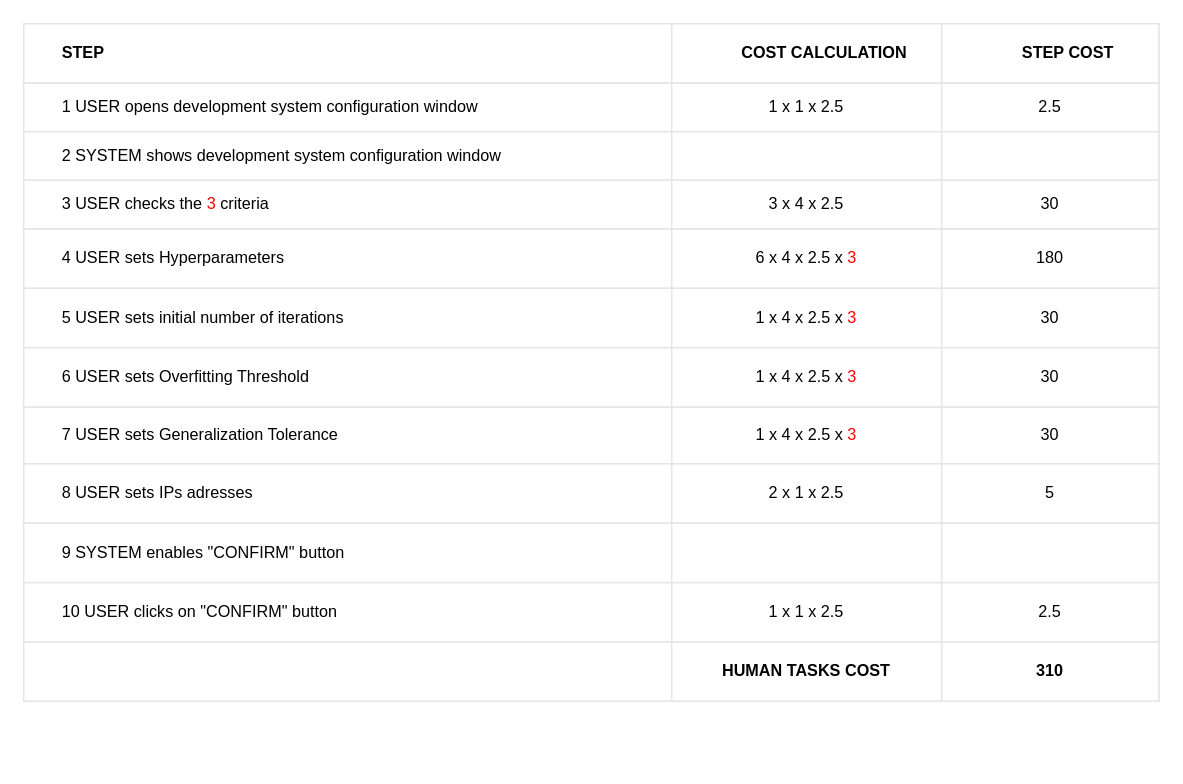
The draw.io diagram configure/development system (BELLO)/development_system_table.drawio in BaffoBello14/AutomaticDamagesRecognition, before the edit. Source tidied: cells renumbered, new cells numbered last; positions are measured from the earlier drawing's top-left corner, leaving out a move shared by most shapes. Both pictures are drawn from the tidied source at 135%, with x=0, y=0 at pixel (23, 23).
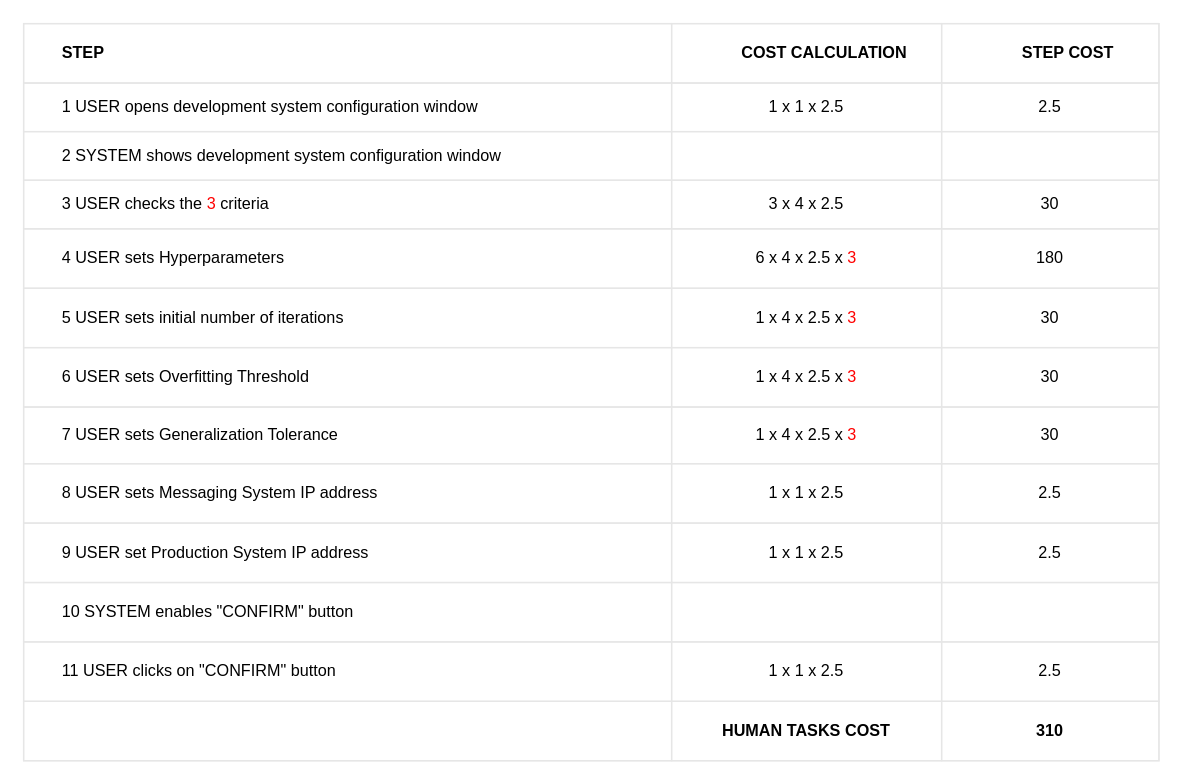
After the change.

Commit message:
Fix bug in login functionality

Unchanged cells that the change refers to:
```xml
<mxCell id="35" style="shape=tableRow;horizontal=0;startSize=0;swimlaneHead=0;swimlaneBody=0;top=0;left=0;bottom=0;right=0;fontStyle=0;fillColor=none;strokeColor=inherit;align=center;" parent="2" vertex="1">
  <mxGeometry y="326" width="841" height="44" as="geometry" />
</mxCell>
<mxCell id="39" style="shape=tableRow;horizontal=0;startSize=0;swimlaneHead=0;swimlaneBody=0;top=0;left=0;bottom=0;right=0;fontStyle=0;fillColor=none;strokeColor=inherit;align=center;" parent="2" vertex="1">
  <mxGeometry y="370" width="841" height="44" as="geometry" />
</mxCell>
<mxCell id="43" style="shape=tableRow;horizontal=0;startSize=0;swimlaneHead=0;swimlaneBody=0;top=0;left=0;bottom=0;right=0;fontStyle=0;fillColor=none;strokeColor=inherit;align=center;" parent="2" vertex="1">
  <mxGeometry y="414" width="841" height="44" as="geometry" />
</mxCell>
<mxCell id="47" style="shape=tableRow;horizontal=0;startSize=0;swimlaneHead=0;swimlaneBody=0;top=0;left=0;bottom=0;right=0;fontStyle=0;fillColor=none;strokeColor=inherit;align=center;" parent="2" vertex="1">
  <mxGeometry y="458" width="841" height="44" as="geometry" />
</mxCell>
```

The edit, as a diff of the source:
```diff
@@
     <mxCell id="2" style="childLayout=tableLayout;shadow=0;strokeColor=#E6E6E6;align=center;" parent="1" vertex="1">
-      <mxGeometry width="841" height="502" as="geometry" />
+      <mxGeometry width="841" height="546" as="geometry" />
     </mxCell>
@@
-    <mxCell id="36" value="&lt;span style=&quot;white-space: pre;&quot;&gt;&#9;&lt;/span&gt;8&amp;nbsp;USER sets IPs adresses" style="strokeColor=inherit;fillColor=none;align=left;whiteSpace=wrap;html=1;labelPosition=center;verticalLabelPosition=middle;verticalAlign=middle;" parent="35" vertex="1">
+    <mxCell id="36" value="&lt;span style=&quot;white-space: pre;&quot;&gt;&#9;&lt;/span&gt;8&amp;nbsp;USER sets Messaging System IP address" style="strokeColor=inherit;fillColor=none;align=left;whiteSpace=wrap;html=1;labelPosition=center;verticalLabelPosition=middle;verticalAlign=middle;" parent="35" vertex="1">
       <mxGeometry width="480" height="44" as="geometry" />
     </mxCell>
-    <mxCell id="37" value="2 x 1 x 2.5" style="strokeColor=inherit;fillColor=none;align=center;whiteSpace=wrap;html=1;" parent="35" vertex="1">
+    <mxCell id="37" value="1 x 1 x 2.5" style="strokeColor=inherit;fillColor=none;align=center;whiteSpace=wrap;html=1;" parent="35" vertex="1">
       <mxGeometry x="480" width="200" height="44" as="geometry" />
     </mxCell>
-    <mxCell id="38" value="5" style="strokeColor=inherit;fillColor=none;align=center;whiteSpace=wrap;html=1;" parent="35" vertex="1">
+    <mxCell id="38" value="2.5" style="strokeColor=inherit;fillColor=none;align=center;whiteSpace=wrap;html=1;" parent="35" vertex="1">
       <mxGeometry x="680" width="161" height="44" as="geometry" />
     </mxCell>
@@
-    <mxCell id="40" value="&lt;span style=&quot;white-space: pre;&quot;&gt;&#9;&lt;/span&gt;9&amp;nbsp;SYSTEM enables &quot;CONFIRM&quot; button" style="strokeColor=inherit;fillColor=none;align=left;whiteSpace=wrap;html=1;labelPosition=center;verticalLabelPosition=middle;verticalAlign=middle;" parent="39" vertex="1">
+    <mxCell id="40" value="&lt;span style=&quot;white-space: pre;&quot;&gt;&#9;&lt;/span&gt;9 USER set Production System IP address" style="strokeColor=inherit;fillColor=none;align=left;whiteSpace=wrap;html=1;labelPosition=center;verticalLabelPosition=middle;verticalAlign=middle;" parent="39" vertex="1">
       <mxGeometry width="480" height="44" as="geometry" />
     </mxCell>
-    <mxCell id="41" style="strokeColor=inherit;fillColor=none;align=center;whiteSpace=wrap;html=1;" parent="39" vertex="1">
+    <mxCell id="41" value="1 x 1 x 2.5" style="strokeColor=inherit;fillColor=none;align=center;whiteSpace=wrap;html=1;" parent="39" vertex="1">
       <mxGeometry x="480" width="200" height="44" as="geometry" />
     </mxCell>
-    <mxCell id="42" style="strokeColor=inherit;fillColor=none;align=center;whiteSpace=wrap;html=1;" parent="39" vertex="1">
+    <mxCell id="42" value="2.5" style="strokeColor=inherit;fillColor=none;align=center;whiteSpace=wrap;html=1;" parent="39" vertex="1">
       <mxGeometry x="680" width="161" height="44" as="geometry" />
     </mxCell>
@@
-    <mxCell id="44" value="&lt;span style=&quot;white-space: pre;&quot;&gt;&#9;&lt;/span&gt;10&amp;nbsp;USER clicks on &quot;CONFIRM&quot; button" style="strokeColor=inherit;fillColor=none;align=left;whiteSpace=wrap;html=1;labelPosition=center;verticalLabelPosition=middle;verticalAlign=middle;" parent="43" vertex="1">
+    <mxCell id="44" value="&lt;span style=&quot;white-space: pre;&quot;&gt;&#9;&lt;/span&gt;10 SYSTEM enables &quot;CONFIRM&quot; button" style="strokeColor=inherit;fillColor=none;align=left;whiteSpace=wrap;html=1;labelPosition=center;verticalLabelPosition=middle;verticalAlign=middle;" parent="43" vertex="1">
       <mxGeometry width="480" height="44" as="geometry" />
     </mxCell>
-    <mxCell id="45" value="1 x 1 x 2.5" style="strokeColor=inherit;fillColor=none;align=center;whiteSpace=wrap;html=1;" parent="43" vertex="1">
+    <mxCell id="45" style="strokeColor=inherit;fillColor=none;align=center;whiteSpace=wrap;html=1;" parent="43" vertex="1">
       <mxGeometry x="480" width="200" height="44" as="geometry" />
     </mxCell>
-    <mxCell id="46" value="2.5" style="strokeColor=inherit;fillColor=none;align=center;whiteSpace=wrap;html=1;" parent="43" vertex="1">
+    <mxCell id="46" style="strokeColor=inherit;fillColor=none;align=center;whiteSpace=wrap;html=1;" parent="43" vertex="1">
       <mxGeometry x="680" width="161" height="44" as="geometry" />
     </mxCell>
@@
-    <mxCell id="48" style="strokeColor=inherit;fillColor=none;align=left;whiteSpace=wrap;html=1;labelPosition=center;verticalLabelPosition=middle;verticalAlign=middle;" parent="47" vertex="1">
+    <mxCell id="48" value="&lt;span style=&quot;border-color: var(--border-color);&quot;&gt;&#9;&lt;/span&gt;&lt;span style=&quot;white-space: pre;&quot;&gt;&#9;&lt;/span&gt;11 USER clicks on &quot;CONFIRM&quot; button" style="strokeColor=inherit;fillColor=none;align=left;whiteSpace=wrap;html=1;labelPosition=center;verticalLabelPosition=middle;verticalAlign=middle;" parent="47" vertex="1">
       <mxGeometry width="480" height="44" as="geometry" />
     </mxCell>
-    <mxCell id="49" value="&lt;b&gt;HUMAN TASKS COST&lt;/b&gt;" style="strokeColor=inherit;fillColor=none;align=center;whiteSpace=wrap;html=1;" parent="47" vertex="1">
+    <mxCell id="49" value="1 x 1 x 2.5" style="strokeColor=inherit;fillColor=none;align=center;whiteSpace=wrap;html=1;" parent="47" vertex="1">
       <mxGeometry x="480" width="200" height="44" as="geometry" />
     </mxCell>
-    <mxCell id="50" value="310" style="strokeColor=inherit;fillColor=none;align=center;whiteSpace=wrap;html=1;fontStyle=1;" parent="47" vertex="1">
+    <mxCell id="50" value="&lt;span style=&quot;font-weight: 400;&quot;&gt;2.5&lt;/span&gt;" style="strokeColor=inherit;fillColor=none;align=center;whiteSpace=wrap;html=1;fontStyle=1;" parent="47" vertex="1">
       <mxGeometry x="680" width="161" height="44" as="geometry" />
     </mxCell>
+    <mxCell id="51" style="shape=tableRow;horizontal=0;startSize=0;swimlaneHead=0;swimlaneBody=0;top=0;left=0;bottom=0;right=0;fontStyle=0;fillColor=none;strokeColor=inherit;align=center;" parent="2" vertex="1">
+      <mxGeometry y="502" width="841" height="44" as="geometry" />
+    </mxCell>
+    <mxCell id="52" style="strokeColor=inherit;fillColor=none;align=left;whiteSpace=wrap;html=1;labelPosition=center;verticalLabelPosition=middle;verticalAlign=middle;" parent="51" vertex="1">
+      <mxGeometry width="480" height="44" as="geometry" />
+    </mxCell>
+    <mxCell id="53" value="&lt;b style=&quot;border-color: var(--border-color);&quot;&gt;HUMAN TASKS COST&lt;/b&gt;" style="strokeColor=inherit;fillColor=none;align=center;whiteSpace=wrap;html=1;" parent="51" vertex="1">
+      <mxGeometry x="480" width="200" height="44" as="geometry" />
+    </mxCell>
+    <mxCell id="54" value="310" style="strokeColor=inherit;fillColor=none;align=center;whiteSpace=wrap;html=1;fontStyle=1;" parent="51" vertex="1">
+      <mxGeometry x="680" width="161" height="44" as="geometry" />
+    </mxCell>
```
